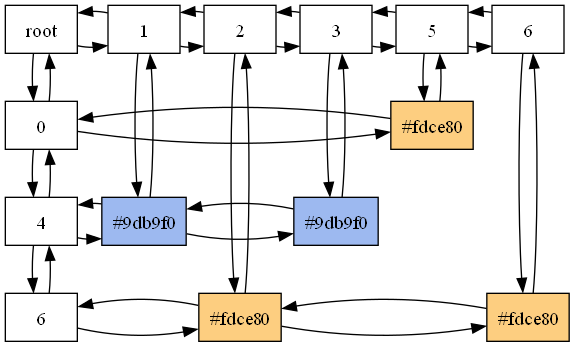
The Graphviz diagram Fase2/matrix.png in helenrodas/FasesProyectoEDD1S_202200066, before a commit. Its source is kept beside it as Fase2/matrix.dot.
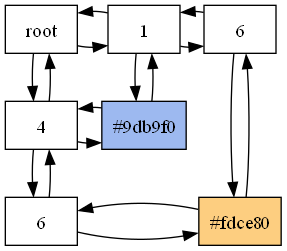
The same file after the commit.

The edit, as a diff of the source:
```diff
@@ -3,55 +3,27 @@
  "Nodo0_0"[label = "root", group="0"]
  "Nodo0_0"->"Nodo2_0"
  "Nodo0_0"->"Nodo2_0"[dir = back]
- "Nodo0_0"->"Nodo0_1"
- "Nodo0_0"->"Nodo0_1"[dir = back]
+ "Nodo0_0"->"Nodo0_5"
+ "Nodo0_0"->"Nodo0_5"[dir = back]
  "Nodo2_0"[label = "1", group="2"]
- "Nodo2_0"->"Nodo3_0"
- "Nodo2_0"->"Nodo3_0"[dir = back]
+ "Nodo2_0"->"Nodo7_0"
+ "Nodo2_0"->"Nodo7_0"[dir = back]
  "Nodo2_0"->"Nodo2_5"
  "Nodo2_0"->"Nodo2_5"[dir = back]
- "Nodo3_0"[label = "2", group="3"]
- "Nodo3_0"->"Nodo4_0"
- "Nodo3_0"->"Nodo4_0"[dir = back]
- "Nodo3_0"->"Nodo3_7"
- "Nodo3_0"->"Nodo3_7"[dir = back]
- "Nodo4_0"[label = "3", group="4"]
- "Nodo4_0"->"Nodo6_0"
- "Nodo4_0"->"Nodo6_0"[dir = back]
- "Nodo4_0"->"Nodo4_5"
- "Nodo4_0"->"Nodo4_5"[dir = back]
- "Nodo6_0"[label = "5", group="6"]
- "Nodo6_0"->"Nodo7_0"
- "Nodo6_0"->"Nodo7_0"[dir = back]
- "Nodo6_0"->"Nodo6_1"
- "Nodo6_0"->"Nodo6_1"[dir = back]
  "Nodo7_0"[label = "6", group="7"]
  "Nodo7_0"->"Nodo7_7"
  "Nodo7_0"->"Nodo7_7"[dir = back]
- {rank=same;"Nodo0_0";"Nodo2_0";"Nodo3_0";"Nodo4_0";"Nodo6_0";"Nodo7_0"}
- "Nodo0_1"[label = "0", group="0"]
- "Nodo0_1"->"Nodo6_1"
- "Nodo0_1"->"Nodo6_1"[dir = back]
- "Nodo0_1"->"Nodo0_5"
- "Nodo0_1"->"Nodo0_5"[dir = back]
- "Nodo6_1"[label = "#fdce80",  style = filled, fillcolor = "#fdce80" group="6"]
- {rank=same;"Nodo0_1";"Nodo6_1"}
+ {rank=same;"Nodo0_0";"Nodo2_0";"Nodo7_0"}
  "Nodo0_5"[label = "4", group="0"]
  "Nodo0_5"->"Nodo2_5"
  "Nodo0_5"->"Nodo2_5"[dir = back]
  "Nodo0_5"->"Nodo0_7"
  "Nodo0_5"->"Nodo0_7"[dir = back]
  "Nodo2_5"[label = "#9db9f0",  style = filled, fillcolor = "#9db9f0" group="2"]
- "Nodo2_5"->"Nodo4_5"
- "Nodo2_5"->"Nodo4_5"[dir = back]
- "Nodo4_5"[label = "#9db9f0",  style = filled, fillcolor = "#9db9f0" group="4"]
- {rank=same;"Nodo0_5";"Nodo2_5";"Nodo4_5"}
+ {rank=same;"Nodo0_5";"Nodo2_5"}
  "Nodo0_7"[label = "6", group="0"]
- "Nodo0_7"->"Nodo3_7"
- "Nodo0_7"->"Nodo3_7"[dir = back]
- "Nodo3_7"[label = "#fdce80",  style = filled, fillcolor = "#fdce80" group="3"]
- "Nodo3_7"->"Nodo7_7"
- "Nodo3_7"->"Nodo7_7"[dir = back]
+ "Nodo0_7"->"Nodo7_7"
+ "Nodo0_7"->"Nodo7_7"[dir = back]
  "Nodo7_7"[label = "#fdce80",  style = filled, fillcolor = "#fdce80" group="7"]
- {rank=same;"Nodo0_7";"Nodo3_7";"Nodo7_7"}
+ {rank=same;"Nodo0_7";"Nodo7_7"}
  }
```
